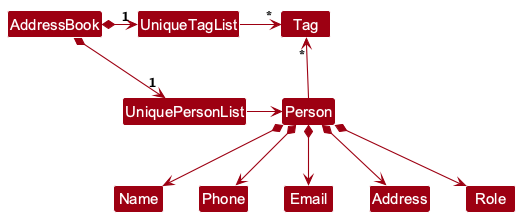
The PlantUML diagram docs/images/BetterModelClassDiagram.png in AY2627S1-CS2103T-F11-1/tp, before a commit. Its diagram source:
```plantuml
@startuml
!include style.puml
skinparam arrowThickness 1.1
skinparam arrowColor MODEL_COLOR
skinparam classBackgroundColor MODEL_COLOR

AddressBook *-right-> "1" UniquePersonList
AddressBook *-right-> "1" UniqueTagList
UniqueTagList -[hidden]down- UniquePersonList
UniqueTagList -[hidden]down- UniquePersonList

UniqueTagList -right-> "*" Tag
UniquePersonList -right-> Person

Person -up-> "*" Tag

Person *--> Name
Person *--> Phone
Person *--> Email
Person *--> Address
Person *--> Role
@enduml
```
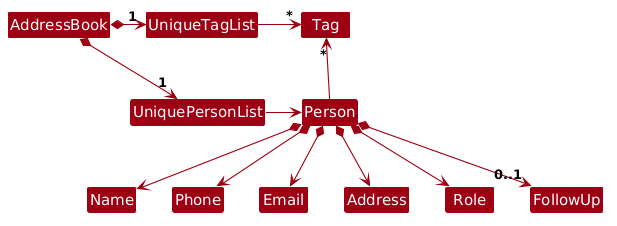
Above is the later version.

Commit message:
Update Model and Storage UML diagrams for FollowUp

Change to the diagram source:
```diff
@@ -1,5 +1,85 @@
 @startuml
-!include style.puml
+
+
+
+!define UI_COLOR #1D8900
+!define UI_COLOR_T1 #83E769
+!define UI_COLOR_T2 #3FC71B
+!define UI_COLOR_T3 #166800
+!define UI_COLOR_T4 #0E4100
+
+!define LOGIC_COLOR #3333C4
+!define LOGIC_COLOR_T1 #C8C8FA
+!define LOGIC_COLOR_T2 #6A6ADC
+!define LOGIC_COLOR_T3 #1616B0
+!define LOGIC_COLOR_T4 #101086
+
+!define MODEL_COLOR #9D0012
+!define MODEL_COLOR_T1 #F97181
+!define MODEL_COLOR_T2 #E41F36
+!define MODEL_COLOR_T3 #7B000E
+!define MODEL_COLOR_T4 #51000A
+
+!define STORAGE_COLOR #A38300
+!define STORAGE_COLOR_T1 #FFE374
+!define STORAGE_COLOR_T2 #EDC520
+!define STORAGE_COLOR_T3 #806600
+!define STORAGE_COLOR_T4 #544400
+
+!define USER_COLOR #000000
+
+skinparam Package {
+    BackgroundColor #FFFFFF
+    BorderThickness 1
+    FontSize 16
+}
+
+skinparam Class {
+    FontColor #FFFFFF
+    FontSize 15
+    BorderThickness 1
+    BorderColor #FFFFFF
+    StereotypeFontColor #FFFFFF
+    FontName Arial
+}
+
+skinparam Actor {
+    BorderColor USER_COLOR
+    Color USER_COLOR
+    FontName Arial
+}
+
+skinparam Sequence {
+    MessageAlign center
+    BoxFontSize 15
+    BoxPadding 0
+    BoxFontColor #FFFFFF
+    FontName Arial
+}
+
+skinparam Participant {
+    FontColor #FFFFFF
+    Padding 20
+}
+
+skinparam ArrowFontStyle bold
+skinparam MinClassWidth 50
+skinparam Shadowing false
+skinparam DefaultTextAlignment center
+skinparam packageStyle Rectangle
+
+<style>
+sequenceDiagram {
+    participant {
+        Margin 0 10
+    }
+}
+</style>
+
+hide footbox
+hide members
+hide circle
+
 skinparam arrowThickness 1.1
 skinparam arrowColor MODEL_COLOR
 skinparam classBackgroundColor MODEL_COLOR
@@ -19,4 +99,5 @@
 Person *--> Email
 Person *--> Address
 Person *--> Role
+Person *--> "0..1" FollowUp
 @enduml
```
